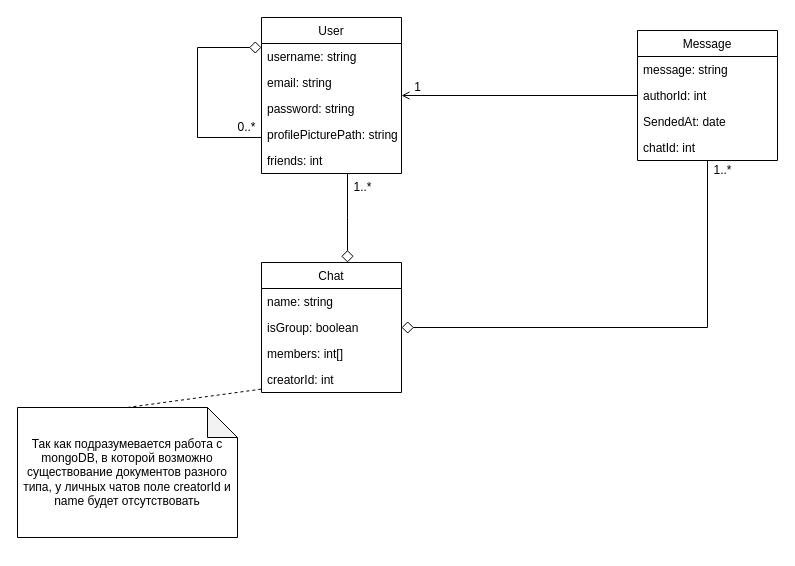
vishIGOR/CringeChatDiagrams keeps this draw.io diagram as Diagrams/Схема БД.drawio. Above is the earlier version. Source tidied: cells renumbered, new cells numbered last; positions are measured from the earlier drawing's top-left corner, leaving out a move shared by most shapes. Both pictures are drawn from the tidied source at 100%, with x=0, y=0 at pixel (17, 17).
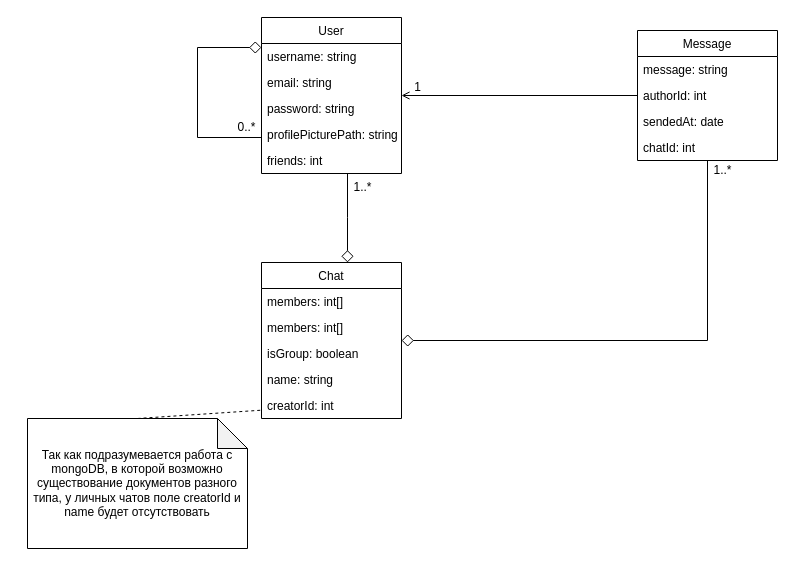
After the change.

Unchanged cells that the change refers to:
```xml
<mxCell id="9" value="Message" style="swimlane;fontStyle=0;horizontal=1;startSize=26;fillColor=none;" parent="1" vertex="1">
  <mxGeometry x="620" y="13" width="140" height="130" as="geometry" />
</mxCell>
```

What changed in the source:
```diff
@@
-    <mxCell id="12" value="SendedAt: date" style="text;strokeColor=none;fillColor=none;align=left;verticalAlign=top;spacingLeft=4;spacingRight=4;overflow=hidden;" parent="9" vertex="1">
+    <mxCell id="12" value="sendedAt: date" style="text;strokeColor=none;fillColor=none;align=left;verticalAlign=top;spacingLeft=4;spacingRight=4;overflow=hidden;" parent="9" vertex="1">
       <mxGeometry y="78" width="140" height="26" as="geometry" />
     </mxCell>
@@
     <mxCell id="16" value="Chat" style="swimlane;fontStyle=0;horizontal=1;startSize=26;fillColor=none;" parent="1" vertex="1">
-      <mxGeometry x="244" y="245" width="140" height="130" as="geometry" />
+      <mxGeometry x="244" y="245" width="140" height="156" as="geometry" />
     </mxCell>
+    <mxCell id="28" value="members: int[]" style="text;strokeColor=none;fillColor=none;align=left;verticalAlign=top;spacingLeft=4;spacingRight=4;overflow=hidden;" parent="16" vertex="1">
+      <mxGeometry y="26" width="140" height="26" as="geometry" />
+    </mxCell>
+    <mxCell id="19" value="members: int[]" style="text;strokeColor=none;fillColor=none;align=left;verticalAlign=top;spacingLeft=4;spacingRight=4;overflow=hidden;" parent="16" vertex="1">
+      <mxGeometry y="52" width="140" height="26" as="geometry" />
+    </mxCell>
+    <mxCell id="18" value="isGroup: boolean" style="text;strokeColor=none;fillColor=none;align=left;verticalAlign=top;spacingLeft=4;spacingRight=4;overflow=hidden;" parent="16" vertex="1">
+      <mxGeometry y="78" width="140" height="26" as="geometry" />
+    </mxCell>
     <mxCell id="17" value="name: string" style="text;strokeColor=none;fillColor=none;align=left;verticalAlign=top;spacingLeft=4;spacingRight=4;overflow=hidden;" parent="16" vertex="1">
-      <mxGeometry y="26" width="140" height="26" as="geometry" />
+      <mxGeometry y="104" width="140" height="26" as="geometry" />
     </mxCell>
-    <mxCell id="18" value="isGroup: boolean" style="text;strokeColor=none;fillColor=none;align=left;verticalAlign=top;spacingLeft=4;spacingRight=4;overflow=hidden;" parent="16" vertex="1">
-      <mxGeometry y="52" width="140" height="26" as="geometry" />
-    </mxCell>
-    <mxCell id="19" value="members: int[]" style="text;strokeColor=none;fillColor=none;align=left;verticalAlign=top;spacingLeft=4;spacingRight=4;overflow=hidden;" parent="16" vertex="1">
-      <mxGeometry y="78" width="140" height="26" as="geometry" />
-    </mxCell>
     <mxCell id="20" value="creatorId: int" style="text;strokeColor=none;fillColor=none;align=left;verticalAlign=top;spacingLeft=4;spacingRight=4;overflow=hidden;points=[[0,0.5],[1,0.5]];portConstraint=eastwest;" parent="16" vertex="1">
-      <mxGeometry y="104" width="140" height="26" as="geometry" />
+      <mxGeometry y="130" width="140" height="26" as="geometry" />
     </mxCell>
@@
     <mxCell id="22" value="Так как подразумевается работа с mongoDB, в которой возможно существование документов разного типа, у личных чатов поле creatorId и name будет отсутствовать" style="shape=note;whiteSpace=wrap;html=1;backgroundOutline=1;darkOpacity=0.05;" parent="1" vertex="1">
-      <mxGeometry y="390" width="220" height="130" as="geometry" />
+      <mxGeometry x="10" y="401" width="220" height="130" as="geometry" />
     </mxCell>
```
